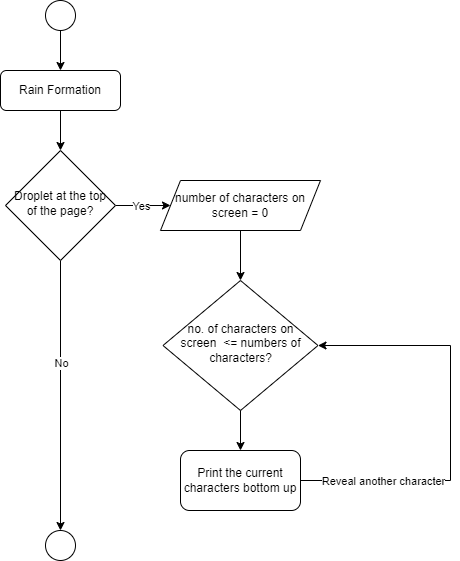
Before: docs/assets/RainFormationLogic.drawio.png, a diagram exported from draw.io (Shannon3335/recursive-digital-rain-cpp). Source tidied: cells renumbered, new cells last; positions are measured from the earlier drawing's top-left corner, leaving out a move shared by most shapes.
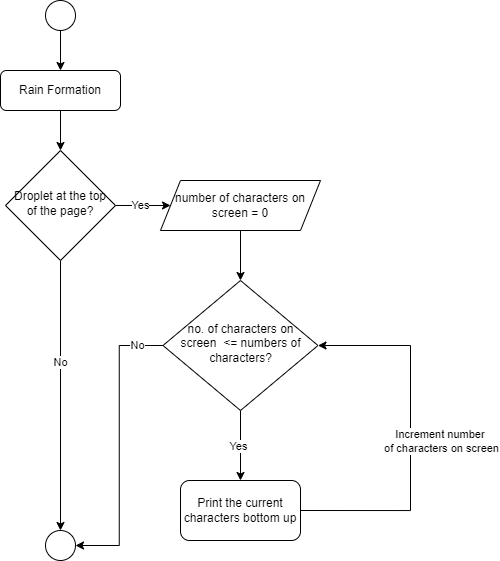
Later version of the same file.

Change to the diagram source:
```diff
@@ -45,24 +45,35 @@
     <mxCell id="14" style="edgeStyle=orthogonalEdgeStyle;rounded=0;jettySize=auto;html=1;" parent="1" edge="1" source="15" target="18">
       <mxGeometry relative="1" as="geometry" />
     </mxCell>
+    <mxCell id="19" value="Yes" style="edgeLabel;html=1;align=center;verticalAlign=middle;" parent="14" vertex="1">
+      <mxGeometry y="-2" relative="1" as="geometry" />
+    </mxCell>
+    <mxCell id="20" style="edgeStyle=orthogonalEdgeStyle;rounded=0;jettySize=auto;html=1;entryX=1;entryY=0.5;entryDx=0;entryDy=0;" parent="1" edge="1" source="15" target="9">
+      <mxGeometry relative="1" as="geometry" />
+    </mxCell>
+    <mxCell id="21" value="No" style="edgeLabel;html=1;align=center;verticalAlign=middle;" parent="20" vertex="1">
+      <mxGeometry x="-0.82" y="-2" relative="1" as="geometry">
+        <mxPoint y="2" as="offset" />
+      </mxGeometry>
+    </mxCell>
     <mxCell id="15" value="no. of characters on screen&amp;nbsp; &amp;lt;= numbers of characters?" style="rhombus;whiteSpace=wrap;html=1;shadow=0;fontFamily=Helvetica;fontSize=12;align=center;strokeWidth=1;spacing=6;spacingTop=-4;" parent="1" vertex="1">
       <mxGeometry x="162.5" y="280" width="155" height="130" as="geometry" />
     </mxCell>
-    <mxCell id="16" style="edgeStyle=orthogonalEdgeStyle;rounded=0;jettySize=auto;html=1;entryX=1;entryY=0.5;entryDx=0;entryDy=0;" parent="1" edge="1" source="18" target="15">
+    <mxCell id="16" style="edgeStyle=orthogonalEdgeStyle;rounded=0;jettySize=auto;html=1;entryX=1;entryY=0.5;entryDx=0;entryDy=0;exitX=1;exitY=0.5;exitDx=0;exitDy=0;" parent="1" edge="1" source="18" target="15">
       <mxGeometry relative="1" as="geometry">
         <Array as="points">
-          <mxPoint x="450" y="480" />
-          <mxPoint x="450" y="345" />
+          <mxPoint x="410" y="510" />
+          <mxPoint x="410" y="345" />
         </Array>
       </mxGeometry>
     </mxCell>
-    <mxCell id="17" value="Reveal another character" style="edgeLabel;html=1;align=center;verticalAlign=middle;" parent="16" vertex="1">
-      <mxGeometry x="-0.61" y="4" relative="1" as="geometry">
-        <mxPoint y="4" as="offset" />
-      </mxGeometry>
-    </mxCell>
+    <mxCell id="22" value="Increment number&amp;nbsp;&lt;div&gt;of characters on screen&lt;/div&gt;" style="edgeLabel;html=1;align=center;verticalAlign=middle;" parent="16" vertex="1">
+      <mxGeometry x="-0.67" y="1" relative="1" as="geometry">
+        <mxPoint x="80" y="-69" as="offset" />
+      </mxGeometry>
+    </mxCell>
     <mxCell id="18" value="Print the current characters bottom up" style="rounded=1;whiteSpace=wrap;html=1;" parent="1" vertex="1">
-      <mxGeometry x="180" y="450" width="120" height="60" as="geometry" />
+      <mxGeometry x="180" y="480" width="120" height="60" as="geometry" />
     </mxCell>
   </root>
 </mxGraphModel>
```
